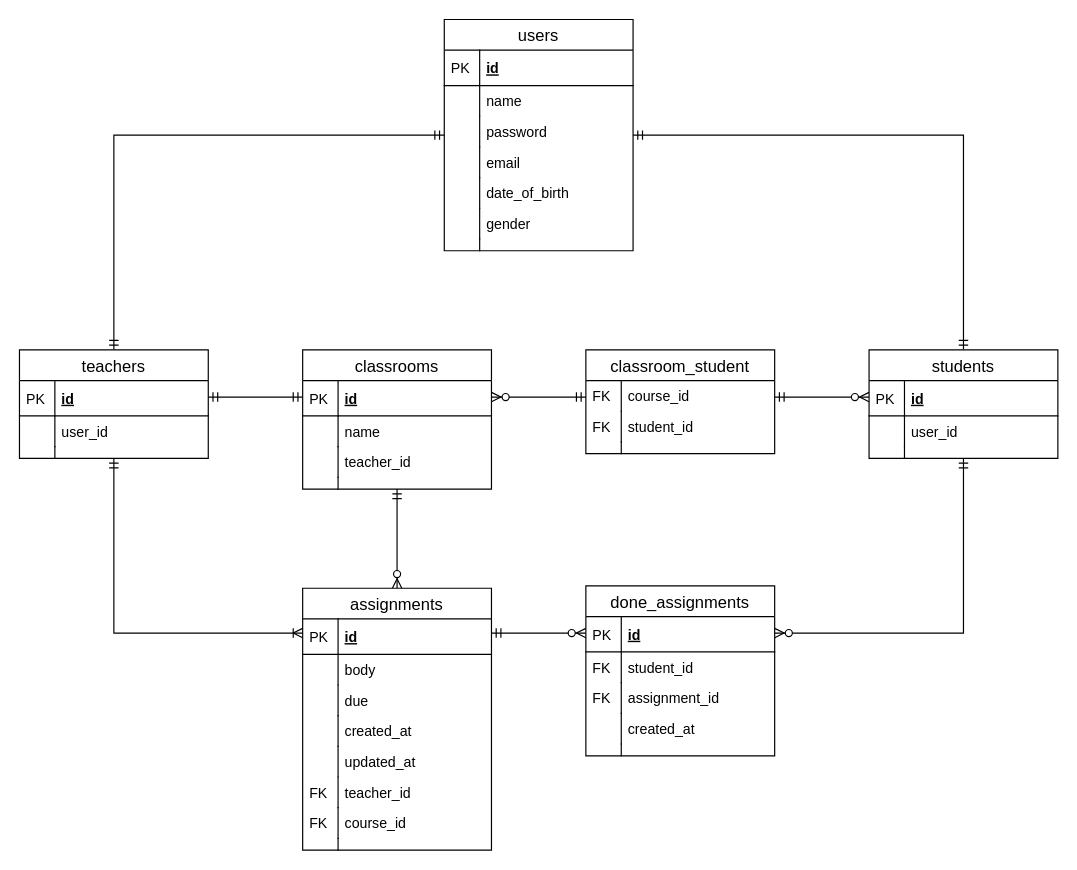
Above: page "ERD" (2 of 2) of Diagrams.drawio in brandon-julio-t/mini-classroom (draw.io), before the change. Source tidied: cells renumbered, new cells numbered last; positions are measured from the earlier drawing's top-left corner, leaving out a move shared by most shapes. Both pictures are drawn from the tidied source at 118%, with x=0, y=0 at pixel (19, 19).
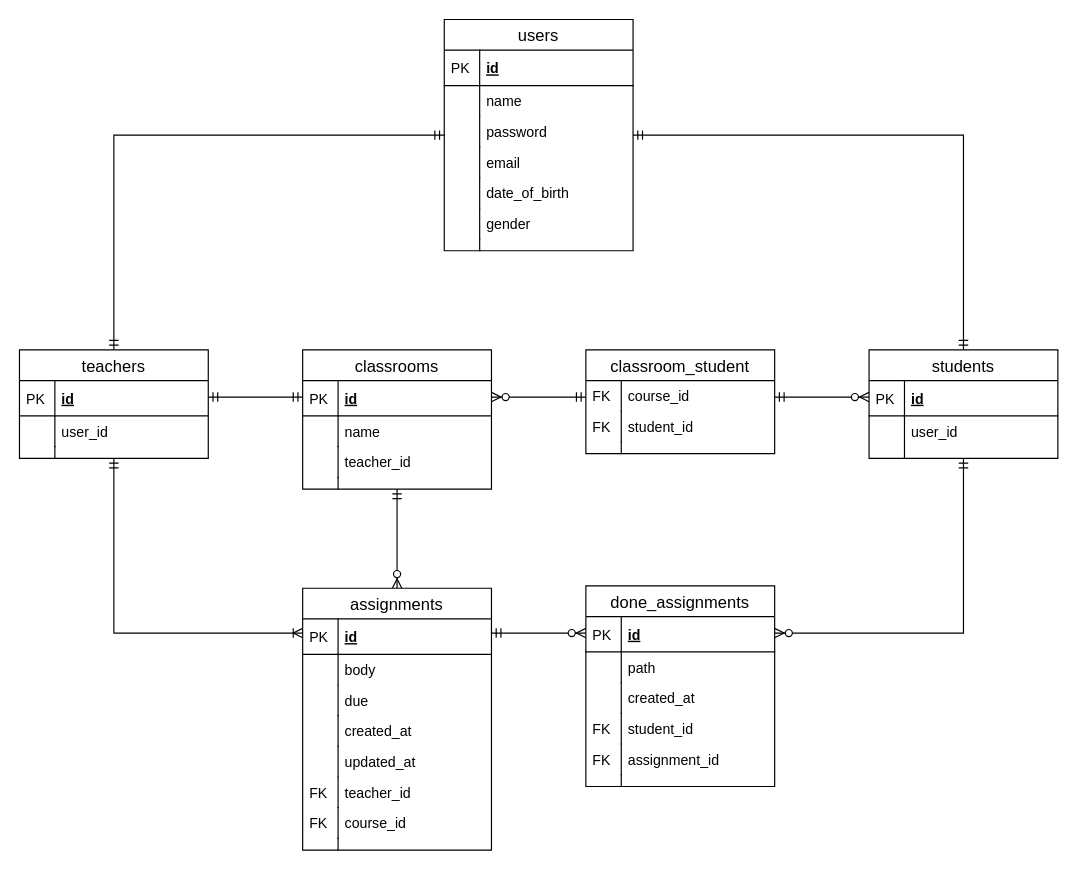
The same diagram, later.

Diff of the diagram source:
```diff
@@
     <mxCell id="18" value="done_assignments" style="swimlane;fontStyle=0;horizontal=1;startSize=26;align=center;fontSize=14;" parent="1" vertex="1">
-      <mxGeometry x="480" y="480" width="160" height="144" as="geometry" />
+      <mxGeometry x="480" y="480" width="160" height="170" as="geometry" />
     </mxCell>
@@
+    <mxCell id="84" value="path" style="shape=partialRectangle;top=0;left=0;right=0;bottom=0;align=left;verticalAlign=top;fillColor=none;spacingLeft=34;spacingRight=4;overflow=hidden;fontSize=12;" parent="18" vertex="1">
+      <mxGeometry y="56" width="160" height="26" as="geometry" />
+    </mxCell>
+    <mxCell id="85" style="shape=partialRectangle;top=0;left=0;bottom=0;fillColor=none;align=left;verticalAlign=top;spacingLeft=4;spacingRight=4;overflow=hidden;fontSize=12;" parent="84" vertex="1">
+      <mxGeometry width="30" height="26" as="geometry" />
+    </mxCell>
+    <mxCell id="25" value="created_at" style="shape=partialRectangle;top=0;left=0;right=0;bottom=0;align=left;verticalAlign=top;fillColor=none;spacingLeft=34;spacingRight=4;overflow=hidden;fontSize=12;" parent="18" vertex="1">
+      <mxGeometry y="82" width="160" height="26" as="geometry" />
+    </mxCell>
+    <mxCell id="26" style="shape=partialRectangle;top=0;left=0;bottom=0;fillColor=none;align=left;verticalAlign=top;spacingLeft=4;spacingRight=4;overflow=hidden;fontSize=12;" parent="25" vertex="1">
+      <mxGeometry width="30" height="26" as="geometry" />
+    </mxCell>
     <mxCell id="21" value="student_id" style="shape=partialRectangle;top=0;left=0;right=0;bottom=0;align=left;verticalAlign=top;fillColor=none;spacingLeft=34;spacingRight=4;overflow=hidden;fontSize=12;" parent="18" vertex="1">
-      <mxGeometry y="56" width="160" height="26" as="geometry" />
+      <mxGeometry y="108" width="160" height="26" as="geometry" />
     </mxCell>
@@
     <mxCell id="23" value="assignment_id" style="shape=partialRectangle;top=0;left=0;right=0;bottom=0;align=left;verticalAlign=top;fillColor=none;spacingLeft=34;spacingRight=4;overflow=hidden;fontSize=12;" parent="18" vertex="1">
-      <mxGeometry y="82" width="160" height="26" as="geometry" />
+      <mxGeometry y="134" width="160" height="26" as="geometry" />
     </mxCell>
@@
-    <mxCell id="25" value="created_at" style="shape=partialRectangle;top=0;left=0;right=0;bottom=0;align=left;verticalAlign=top;fillColor=none;spacingLeft=34;spacingRight=4;overflow=hidden;fontSize=12;" parent="18" vertex="1">
-      <mxGeometry y="108" width="160" height="26" as="geometry" />
-    </mxCell>
-    <mxCell id="26" style="shape=partialRectangle;top=0;left=0;bottom=0;fillColor=none;align=left;verticalAlign=top;spacingLeft=4;spacingRight=4;overflow=hidden;fontSize=12;" parent="25" vertex="1">
-      <mxGeometry width="30" height="26" as="geometry" />
-    </mxCell>
     <mxCell id="27" style="shape=partialRectangle;top=0;left=0;right=0;bottom=0;align=left;verticalAlign=top;fillColor=none;spacingLeft=34;spacingRight=4;overflow=hidden;fontSize=12;" parent="18" vertex="1">
-      <mxGeometry y="134" width="160" height="10" as="geometry" />
+      <mxGeometry y="160" width="160" height="10" as="geometry" />
     </mxCell>
```
